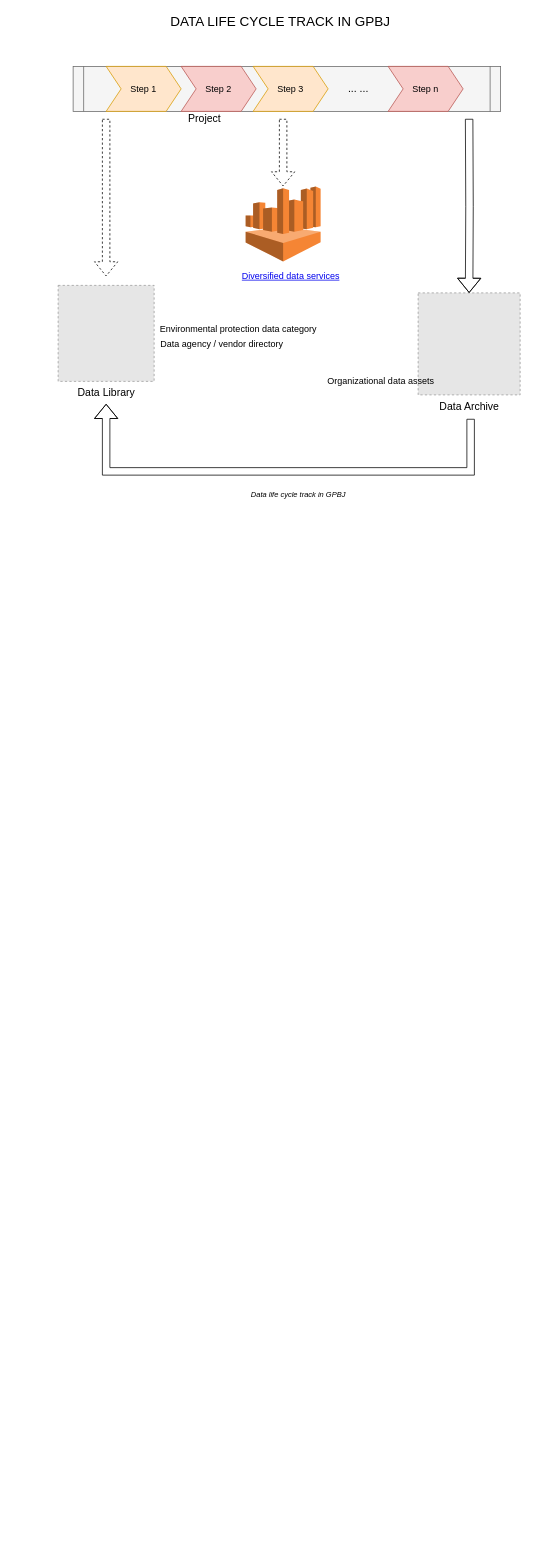
Above: data life cycle track.drawio in ruibei/greenpeace_datahub (draw.io), before the change. Source tidied: cells renumbered, new cells numbered last; positions are measured from the earlier drawing's top-left corner, leaving out a move shared by most shapes. Both pictures are drawn from the tidied source at 75%, with x=0, y=0 at pixel (58, 14). Pictures stored in the file or linked from it are replaced by grey dashed boxes.
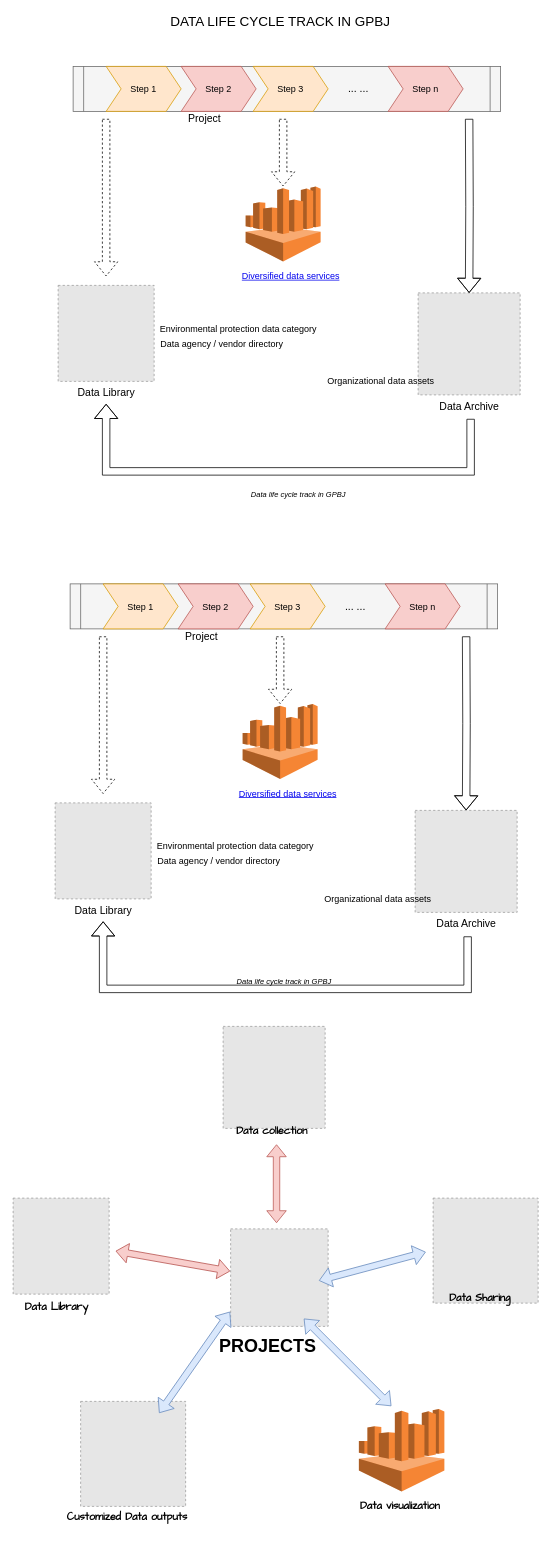
After the change.

Diff of the diagram source:
```diff
@@
+    <mxCell id="24" value="&lt;font style=&quot;font-size: 10px&quot;&gt;&lt;i&gt;Data life cycle track in GPBJ&lt;/i&gt;&lt;/font&gt;" style="text;html=1;align=center;verticalAlign=middle;strokeColor=none;" parent="1" vertex="1">
+      <mxGeometry x="216" y="1280" width="170" height="20" as="geometry" />
+    </mxCell>
+    <mxCell id="25" value="&lt;font style=&quot;font-size: 14px&quot;&gt;Data Library&lt;/font&gt;" style="fillColor=#E6E6E6;strokeColor=#999999;dashed=1;html=1;verticalAlign=top;verticalLabelPosition=bottom;labelBackgroundColor=#ffffff;" parent="1" vertex="1">
+      <mxGeometry x="-4" y="1052" width="128" height="128" as="geometry" />
+    </mxCell>
+    <mxCell id="26" style="edgeStyle=orthogonalEdgeStyle;rounded=0;orthogonalLoop=1;jettySize=auto;html=1;shape=flexArrow;" parent="1" edge="1">
+      <mxGeometry x="106" y="770" as="geometry">
+        <mxPoint x="546" y="1230" as="sourcePoint" />
+        <mxPoint x="60" y="1210" as="targetPoint" />
+        <Array as="points">
+          <mxPoint x="546" y="1300" />
+          <mxPoint x="60" y="1300" />
+        </Array>
+      </mxGeometry>
+    </mxCell>
+    <mxCell id="27" value="&lt;font style=&quot;font-size: 14px&quot;&gt;Data Archive&lt;/font&gt;" style="fillColor=#E6E6E6;strokeColor=#999999;dashed=1;html=1;verticalAlign=top;verticalLabelPosition=bottom;labelBackgroundColor=#ffffff;" parent="1" vertex="1">
+      <mxGeometry x="476" y="1062" width="136" height="136" as="geometry" />
+    </mxCell>
+    <mxCell id="28" value="Environmental protection data category" style="text;html=1;align=center;verticalAlign=middle;strokeColor=none;" parent="1" vertex="1">
+      <mxGeometry x="126" y="1100" width="220" height="20" as="geometry" />
+    </mxCell>
+    <mxCell id="29" value="Data agency / vendor directory" style="text;html=1;align=center;verticalAlign=middle;strokeColor=none;" parent="1" vertex="1">
+      <mxGeometry x="124" y="1120" width="180" height="20" as="geometry" />
+    </mxCell>
+    <mxCell id="30" value="Organizational&amp;nbsp;data assets" style="text;html=1;align=center;verticalAlign=middle;strokeColor=none;" parent="1" vertex="1">
+      <mxGeometry x="346" y="1170" width="160" height="20" as="geometry" />
+    </mxCell>
+    <mxCell id="31" style="dashed=0;verticalLabelPosition=bottom;verticalAlign=top;align=center;html=1;shape=mxgraph.aws3.athena;fillColor=#F58534;gradientColor=none;" parent="1" vertex="1">
+      <mxGeometry x="246" y="920" width="100" height="100" as="geometry" />
+    </mxCell>
+    <mxCell id="32" style="group;" parent="1" vertex="1">
+      <mxGeometry x="16" y="760" width="570" height="90" as="geometry" />
+    </mxCell>
+    <mxCell id="33" value="&lt;hr&gt;" style="shape=process;whiteSpace=wrap;html=1;backgroundOutline=1;size=0.02413793103448276;fillColor=#f5f5f5;strokeColor=#666666;fontColor=#333333;" parent="32" vertex="1">
+      <mxGeometry width="570" height="60" as="geometry" />
+    </mxCell>
+    <mxCell id="34" value="Step 2" style="shape=step;perimeter=stepPerimeter;fixedSize=1;fillColor=#f8cecc;strokeColor=#b85450;" parent="32" vertex="1">
+      <mxGeometry x="144" width="100" height="60" as="geometry" />
+    </mxCell>
+    <mxCell id="35" value="Step 3" style="shape=step;perimeter=stepPerimeter;fixedSize=1;fillColor=#ffe6cc;strokeColor=#d79b00;" parent="32" vertex="1">
+      <mxGeometry x="240" width="100" height="60" as="geometry" />
+    </mxCell>
+    <mxCell id="36" value="Step 1" style="shape=step;perimeter=stepPerimeter;fixedSize=1;fillColor=#ffe6cc;strokeColor=#d79b00;" parent="32" vertex="1">
+      <mxGeometry x="44" width="100" height="60" as="geometry" />
+    </mxCell>
+    <mxCell id="37" value="Step n" style="shape=step;perimeter=stepPerimeter;fixedSize=1;fillColor=#f8cecc;strokeColor=#b85450;" parent="32" vertex="1">
+      <mxGeometry x="420" width="100" height="60" as="geometry" />
+    </mxCell>
+    <mxCell id="38" value="&lt;span style=&quot;font-size: 14px&quot;&gt;... ...&lt;/span&gt;" style="text;html=1;align=center;verticalAlign=middle;strokeColor=none;" parent="32" vertex="1">
+      <mxGeometry x="360" y="20" width="40" height="20" as="geometry" />
+    </mxCell>
+    <mxCell id="39" value="&lt;font style=&quot;font-size: 14px&quot;&gt;Project&lt;/font&gt;" style="text;html=1;align=center;verticalAlign=middle;strokeColor=none;" parent="32" vertex="1">
+      <mxGeometry x="145" y="60" width="60" height="20" as="geometry" />
+    </mxCell>
+    <mxCell id="40" style="edgeStyle=orthogonalEdgeStyle;shape=flexArrow;rounded=0;orthogonalLoop=1;jettySize=auto;html=1;dashed=1;" parent="1" edge="1">
+      <mxGeometry x="106" y="770" as="geometry">
+        <mxPoint x="60" y="830" as="sourcePoint" />
+        <mxPoint x="60" y="1040" as="targetPoint" />
+      </mxGeometry>
+    </mxCell>
+    <mxCell id="41" style="edgeStyle=orthogonalEdgeStyle;shape=flexArrow;rounded=0;orthogonalLoop=1;jettySize=auto;html=1;dashed=1;" parent="1" edge="1">
+      <mxGeometry x="106" y="770" as="geometry">
+        <mxPoint x="296" y="830" as="sourcePoint" />
+        <mxPoint x="296" y="920" as="targetPoint" />
+      </mxGeometry>
+    </mxCell>
+    <mxCell id="42" style="edgeStyle=orthogonalEdgeStyle;shape=flexArrow;rounded=0;jettySize=auto;html=1;entryX=0.5;entryY=0;entryDx=0;entryDy=0;" parent="1" edge="1" target="27">
+      <mxGeometry x="106" y="770" as="geometry">
+        <mxPoint x="544" y="830" as="sourcePoint" />
+      </mxGeometry>
+    </mxCell>
+    <mxCell id="43" value="&lt;a href=&quot;https://docs.google.com/presentation/d/1YoFQUNnY-ttapzGn_OSeDuXybQVhfdfpJ-wl9cuHFGc/edit?usp=sharing&quot;&gt;Diversified data services&lt;/a&gt;" style="text;html=1;align=center;verticalAlign=middle;strokeColor=none;" parent="1" vertex="1">
+      <mxGeometry x="231" y="1030" width="150" height="20" as="geometry" />
+    </mxCell>
+    <mxCell id="44" style="group;" parent="1" vertex="1">
+      <mxGeometry x="-60" y="1350" width="700" height="670" as="geometry" />
+    </mxCell>
+    <mxCell id="45" value="&lt;font style=&quot;font-size: 14px&quot;&gt;&lt;br&gt;&lt;/font&gt;" style="fillColor=#E6E6E6;strokeColor=#999999;dashed=1;html=1;verticalAlign=top;verticalLabelPosition=bottom;labelBackgroundColor=#ffffff;" parent="44" vertex="1">
+      <mxGeometry y="229" width="128" height="128" as="geometry" />
+    </mxCell>
+    <mxCell id="46" value="&lt;font face=&quot;Comic Sans MS&quot; style=&quot;font-size: 14px&quot;&gt;&lt;b&gt;Data Library&lt;/b&gt;&lt;br&gt;&lt;div&gt;&lt;br&gt;&lt;/div&gt;&lt;/font&gt;" style="text;html=1;align=left;verticalAlign=middle;strokeColor=none;" parent="44" vertex="1">
+      <mxGeometry x="14" y="368" width="100" height="30" as="geometry" />
+    </mxCell>
+    <mxCell id="47" style="fillColor=#E6E6E6;strokeColor=#999999;dashed=1;html=1;verticalAlign=top;verticalLabelPosition=bottom;labelBackgroundColor=#ffffff;" parent="44" vertex="1">
+      <mxGeometry x="280" width="136" height="136" as="geometry" />
+    </mxCell>
+    <mxCell id="48" style="dashed=0;verticalLabelPosition=bottom;verticalAlign=top;align=center;html=1;shape=mxgraph.aws3.athena;fillColor=#F58534;gradientColor=none;" parent="44" vertex="1">
+      <mxGeometry x="461" y="510" width="114" height="110" as="geometry" />
+    </mxCell>
+    <mxCell id="49" value="&lt;font face=&quot;Comic Sans MS&quot;&gt;&lt;span style=&quot;font-size: 14px&quot;&gt;&lt;b&gt;Data visualization&lt;/b&gt;&lt;/span&gt;&lt;/font&gt;" style="text;html=1;align=left;verticalAlign=middle;strokeColor=none;" parent="44" vertex="1">
+      <mxGeometry x="461" y="630" width="130" height="20" as="geometry" />
+    </mxCell>
+    <mxCell id="50" value="&lt;font face=&quot;Comic Sans MS&quot;&gt;&lt;span style=&quot;font-size: 14px&quot;&gt;&lt;b&gt;Data collection&lt;/b&gt;&lt;/span&gt;&lt;/font&gt;" style="text;html=1;align=left;verticalAlign=middle;strokeColor=none;" parent="44" vertex="1">
+      <mxGeometry x="296" y="130" width="120" height="20" as="geometry" />
+    </mxCell>
+    <mxCell id="51" value="&lt;b style=&quot;font-weight: normal&quot; id=&quot;docs-internal-guid-97d29781-7fff-4beb-a0e9-3e6312c140cb&quot;&gt;&lt;span style=&quot;background-color: transparent ; font-weight: 700 ; font-style: normal ; font-variant: normal ; text-decoration: none ; vertical-align: baseline&quot;&gt;&lt;font style=&quot;font-size: 14px&quot; face=&quot;Comic Sans MS&quot;&gt;Customized Data outputs&lt;br&gt;&lt;/font&gt;&lt;br&gt;&lt;/span&gt;&lt;/b&gt;" style="text;whiteSpace=wrap;html=1;" parent="44" vertex="1">
+      <mxGeometry x="70" y="640" width="180" height="30" as="geometry" />
+    </mxCell>
+    <mxCell id="52" style="fillColor=#E6E6E6;strokeColor=#999999;dashed=1;html=1;verticalAlign=top;verticalLabelPosition=bottom;labelBackgroundColor=#ffffff;" parent="44" vertex="1">
+      <mxGeometry x="90" y="500" width="140" height="140" as="geometry" />
+    </mxCell>
+    <mxCell id="53" style="fillColor=#E6E6E6;strokeColor=#999999;dashed=1;html=1;verticalAlign=top;verticalLabelPosition=bottom;labelBackgroundColor=#ffffff;" parent="44" vertex="1">
+      <mxGeometry x="560" y="229" width="140" height="140" as="geometry" />
+    </mxCell>
+    <mxCell id="54" value="&lt;font face=&quot;Comic Sans MS&quot;&gt;&lt;span style=&quot;font-size: 14px&quot;&gt;&lt;b&gt;Data Sharing&lt;/b&gt;&lt;/span&gt;&lt;/font&gt;" style="text;html=1;align=left;verticalAlign=middle;strokeColor=none;" parent="44" vertex="1">
+      <mxGeometry x="580" y="353" width="100" height="20" as="geometry" />
+    </mxCell>
+    <mxCell id="55" style="fillColor=#E6E6E6;strokeColor=#999999;dashed=1;html=1;verticalAlign=top;verticalLabelPosition=bottom;labelBackgroundColor=#ffffff;" parent="44" vertex="1">
+      <mxGeometry x="290" y="270" width="130" height="130" as="geometry" />
+    </mxCell>
+    <mxCell id="56" value="&lt;b style=&quot;color: rgb(0, 0, 0); font-family: helvetica; font-size: 24px; font-style: normal; letter-spacing: normal; text-align: center; text-indent: 0px; text-transform: none; word-spacing: 0px; background-color: rgb(255, 255, 255);&quot;&gt;PROJECTS&lt;/b&gt;" style="text;whiteSpace=wrap;html=1;" parent="44" vertex="1">
+      <mxGeometry x="273" y="405" width="150" height="30" as="geometry" />
+    </mxCell>
+    <mxCell id="57" style="html=1;shadow=0;dashed=0;align=center;verticalAlign=middle;shape=mxgraph.arrows2.twoWayArrow;dy=0.67;dx=16;rotation=90;fillColor=#f8cecc;strokeColor=#b85450;" parent="44" vertex="1">
+      <mxGeometry x="299.2" y="196.8" width="104" height="26" as="geometry" />
+    </mxCell>
+    <mxCell id="58" style="html=1;shadow=0;dashed=0;align=center;verticalAlign=middle;shape=mxgraph.arrows2.twoWayArrow;dy=0.67;dx=16;rotation=-195;fillColor=#dae8fc;strokeColor=#6c8ebf;" parent="44" vertex="1">
+      <mxGeometry x="405.7" y="306.9" width="146.5" height="26" as="geometry" />
+    </mxCell>
+    <mxCell id="59" style="html=1;shadow=0;dashed=0;align=center;verticalAlign=middle;shape=mxgraph.arrows2.twoWayArrow;dy=0.67;dx=16;rotation=10;fillColor=#f8cecc;strokeColor=#b85450;" parent="44" vertex="1">
+      <mxGeometry x="136" y="300" width="154" height="26" as="geometry" />
+    </mxCell>
+    <mxCell id="60" style="html=1;shadow=0;dashed=0;align=center;verticalAlign=middle;shape=mxgraph.arrows2.twoWayArrow;dy=0.67;dx=16;rotation=-135;fillColor=#dae8fc;strokeColor=#6c8ebf;" parent="44" vertex="1">
+      <mxGeometry x="364" y="435" width="163.9" height="26" as="geometry" />
+    </mxCell>
+    <mxCell id="61" style="html=1;shadow=0;dashed=0;align=center;verticalAlign=middle;shape=mxgraph.arrows2.twoWayArrow;dy=0.67;dx=16;rotation=-55;fillColor=#dae8fc;strokeColor=#6c8ebf;" parent="44" vertex="1">
+      <mxGeometry x="160" y="435" width="163.9" height="26" as="geometry" />
+    </mxCell>
```
